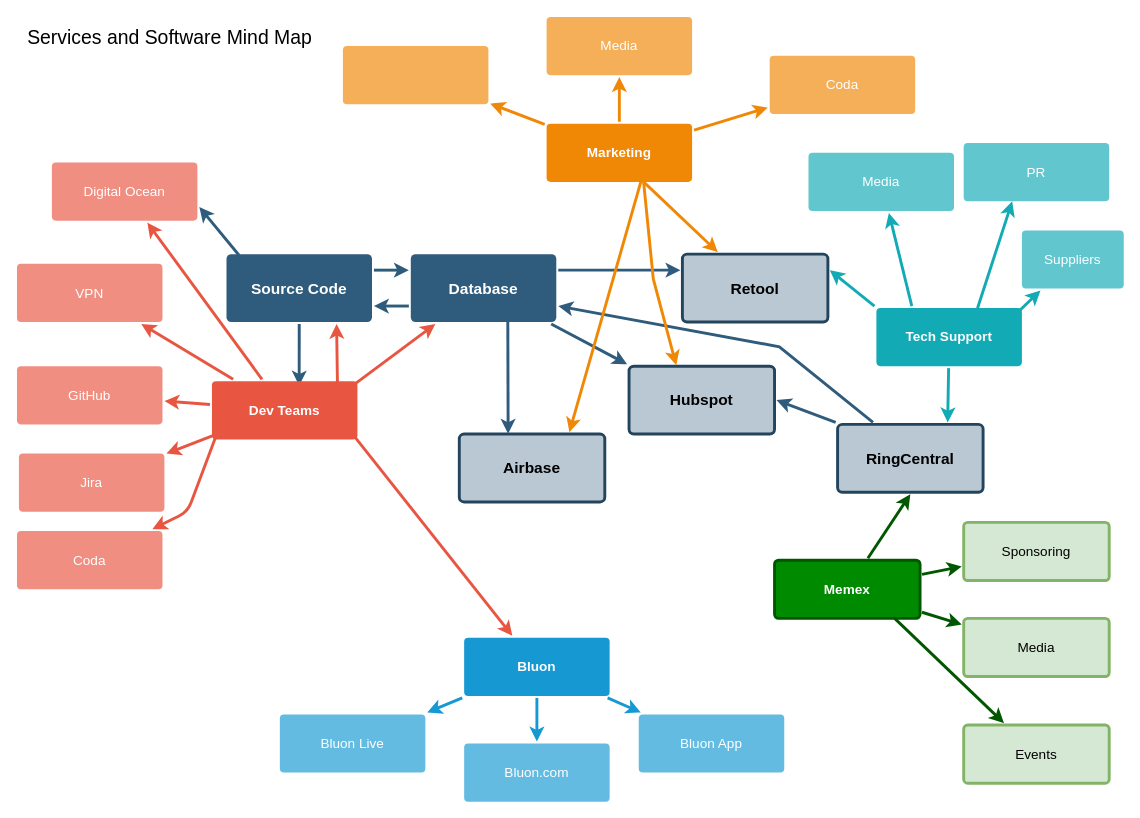
Bluon-Kyle/diagrams-drawings keeps this draw.io diagram as startingFolder-Other/team_services.drawio. Above is the earlier version. Source tidied: cells renumbered, new cells numbered last; positions are measured from the earlier drawing's top-left corner, leaving out a move shared by most shapes. Both pictures are drawn from the tidied source at 97%, with x=0, y=0 at pixel (16, 16).
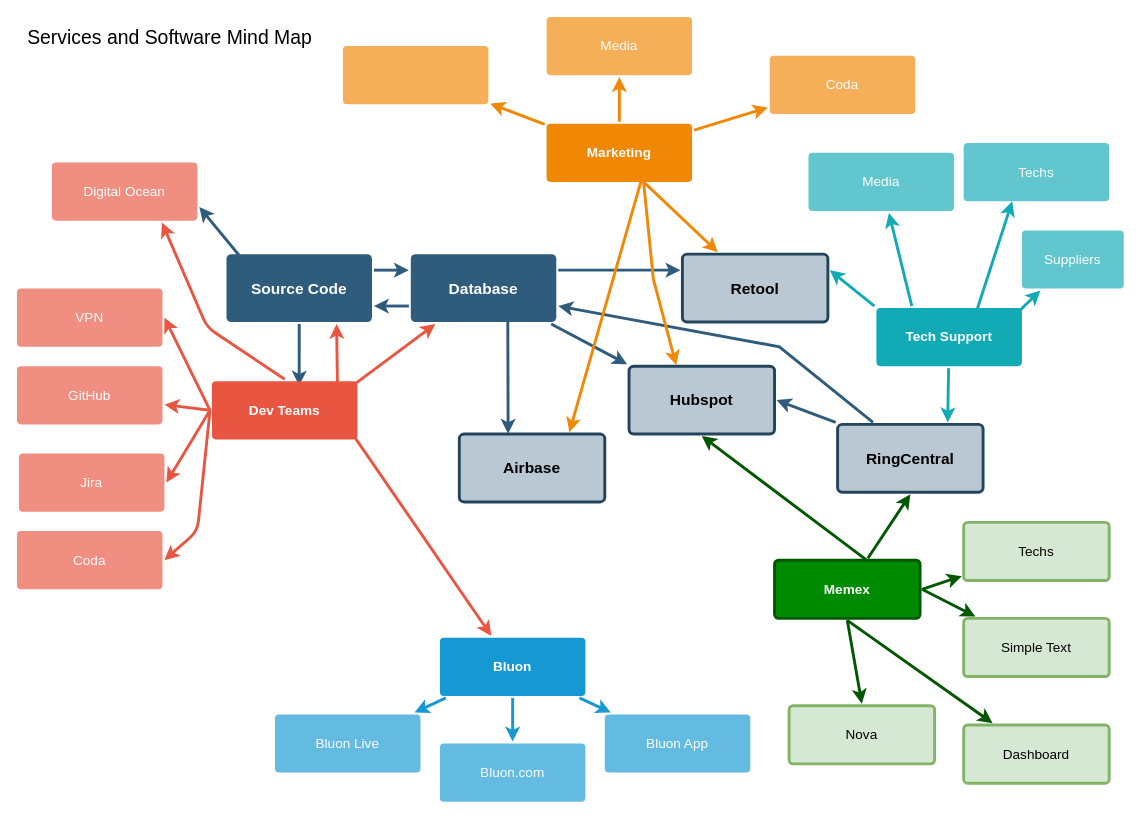
The same diagram, later.

Unchanged cells that the change refers to:
```xml
<mxCell id="8" value="Dev Teams" style="rounded=1;whiteSpace=wrap;html=1;shadow=0;labelBackgroundColor=none;strokeColor=none;strokeWidth=3;fillColor=#e85642;fontFamily=Helvetica;fontSize=14;fontColor=#FFFFFF;align=center;spacing=5;fontStyle=1;arcSize=7;perimeterSpacing=2;" parent="1" vertex="1">
  <mxGeometry x="201" y="375.5" width="150" height="60" as="geometry" />
</mxCell>
<mxCell id="9" value="GitHub" style="rounded=1;whiteSpace=wrap;html=1;shadow=0;labelBackgroundColor=none;strokeColor=none;strokeWidth=3;fillColor=#f08e81;fontFamily=Helvetica;fontSize=14;fontColor=#FFFFFF;align=center;spacing=5;fontStyle=0;arcSize=7;perimeterSpacing=2;" parent="1" vertex="1">
  <mxGeometry y="360" width="150" height="60" as="geometry" />
</mxCell>
<mxCell id="11" value="Digital Ocean" style="rounded=1;whiteSpace=wrap;html=1;shadow=0;labelBackgroundColor=none;strokeColor=none;strokeWidth=3;fillColor=#f08e81;fontFamily=Helvetica;fontSize=14;fontColor=#FFFFFF;align=center;spacing=5;fontStyle=0;arcSize=7;perimeterSpacing=2;" parent="1" vertex="1">
  <mxGeometry x="36" y="150" width="150" height="60" as="geometry" />
</mxCell>
<mxCell id="35" value="Memex" style="rounded=1;whiteSpace=wrap;html=1;shadow=0;labelBackgroundColor=none;strokeColor=#005700;strokeWidth=3;fillColor=#008a00;fontFamily=Helvetica;fontSize=14;align=center;spacing=5;fontStyle=1;arcSize=7;perimeterSpacing=2;fontColor=#ffffff;" parent="1" vertex="1">
  <mxGeometry x="781" y="560" width="150" height="60" as="geometry" />
</mxCell>
<mxCell id="42" value="Hubspot" style="rounded=1;whiteSpace=wrap;html=1;shadow=0;labelBackgroundColor=none;strokeColor=#23445d;strokeWidth=3;fillColor=#bac8d3;fontFamily=Helvetica;fontSize=16;align=center;fontStyle=1;spacing=5;arcSize=7;perimeterSpacing=2;" parent="1" vertex="1">
  <mxGeometry x="631" y="360" width="150" height="70" as="geometry" />
</mxCell>
<mxCell id="54" value="Jira" style="rounded=1;whiteSpace=wrap;html=1;shadow=0;labelBackgroundColor=none;strokeColor=none;strokeWidth=3;fillColor=#f08e81;fontFamily=Helvetica;fontSize=14;fontColor=#FFFFFF;align=center;spacing=5;fontStyle=0;arcSize=7;perimeterSpacing=2;" parent="1" vertex="1">
  <mxGeometry x="2" y="450" width="150" height="60" as="geometry" />
</mxCell>
<mxCell id="56" value="Coda" style="rounded=1;whiteSpace=wrap;html=1;shadow=0;labelBackgroundColor=none;strokeColor=none;strokeWidth=3;fillColor=#f08e81;fontFamily=Helvetica;fontSize=14;fontColor=#FFFFFF;align=center;spacing=5;fontStyle=0;arcSize=7;perimeterSpacing=2;" parent="1" vertex="1">
  <mxGeometry y="530" width="150" height="60" as="geometry" />
</mxCell>
```

What changed in the source:
```diff
@@
-    <mxCell id="5" style="edgeStyle=none;rounded=1;jumpStyle=none;html=1;shadow=0;labelBackgroundColor=none;startArrow=none;startFill=0;jettySize=auto;strokeColor=#E85642;strokeWidth=3;fontFamily=Helvetica;fontSize=14;fontColor=#FFFFFF;spacing=5;fontStyle=1;fillColor=#b0e3e6;" parent="1" edge="1" source="8" target="11">
-      <mxGeometry relative="1" as="geometry" />
+    <mxCell id="5" style="edgeStyle=none;rounded=1;jumpStyle=none;html=1;shadow=0;labelBackgroundColor=none;startArrow=none;startFill=0;jettySize=auto;strokeColor=#E85642;strokeWidth=3;fontFamily=Helvetica;fontSize=14;fontColor=#FFFFFF;spacing=5;fontStyle=1;fillColor=#b0e3e6;exitX=0.5;exitY=0;exitDx=0;exitDy=0;entryX=0.75;entryY=1;entryDx=0;entryDy=0;" parent="1" edge="1" source="8" target="11">
+      <mxGeometry relative="1" as="geometry">
+        <Array as="points">
+          <mxPoint x="196" y="320" />
+        </Array>
+      </mxGeometry>
     </mxCell>
-    <mxCell id="6" style="edgeStyle=none;rounded=1;jumpStyle=none;html=1;shadow=0;labelBackgroundColor=none;startArrow=none;startFill=0;jettySize=auto;strokeColor=#E85642;strokeWidth=3;fontFamily=Helvetica;fontSize=14;fontColor=#FFFFFF;spacing=5;fontStyle=1;fillColor=#b0e3e6;" parent="1" edge="1" source="8" target="10">
+    <mxCell id="6" style="edgeStyle=none;rounded=1;jumpStyle=none;html=1;shadow=0;labelBackgroundColor=none;startArrow=none;startFill=0;jettySize=auto;strokeColor=#E85642;strokeWidth=3;fontFamily=Helvetica;fontSize=14;fontColor=#FFFFFF;spacing=5;fontStyle=1;fillColor=#b0e3e6;entryX=1;entryY=0.5;entryDx=0;entryDy=0;exitX=0;exitY=0.5;exitDx=0;exitDy=0;" parent="1" edge="1" source="8" target="10">
       <mxGeometry relative="1" as="geometry" />
     </mxCell>
-    <mxCell id="7" style="edgeStyle=none;rounded=1;jumpStyle=none;html=1;shadow=0;labelBackgroundColor=none;startArrow=none;startFill=0;jettySize=auto;strokeColor=#E85642;strokeWidth=3;fontFamily=Helvetica;fontSize=14;fontColor=#FFFFFF;spacing=5;fontStyle=1;fillColor=#b0e3e6;" parent="1" edge="1" source="8" target="9">
+    <mxCell id="7" style="edgeStyle=none;rounded=1;jumpStyle=none;html=1;shadow=0;labelBackgroundColor=none;startArrow=none;startFill=0;jettySize=auto;strokeColor=#E85642;strokeWidth=3;fontFamily=Helvetica;fontSize=14;fontColor=#FFFFFF;spacing=5;fontStyle=1;fillColor=#b0e3e6;exitX=0;exitY=0.5;exitDx=0;exitDy=0;" parent="1" edge="1" source="8" target="9">
       <mxGeometry relative="1" as="geometry" />
     </mxCell>
@@
     <mxCell id="10" value="VPN" style="rounded=1;whiteSpace=wrap;html=1;shadow=0;labelBackgroundColor=none;strokeColor=none;strokeWidth=3;fillColor=#f08e81;fontFamily=Helvetica;fontSize=14;fontColor=#FFFFFF;align=center;spacing=5;fontStyle=0;arcSize=7;perimeterSpacing=2;" parent="1" vertex="1">
-      <mxGeometry y="254.5" width="150" height="60" as="geometry" />
+      <mxGeometry y="280" width="150" height="60" as="geometry" />
     </mxCell>
@@
     <mxCell id="15" value="Bluon" style="rounded=1;whiteSpace=wrap;html=1;shadow=0;labelBackgroundColor=none;strokeColor=none;strokeWidth=3;fillColor=#1699d3;fontFamily=Helvetica;fontSize=14;fontColor=#FFFFFF;align=center;spacing=5;fontStyle=1;arcSize=7;perimeterSpacing=2;" parent="1" vertex="1">
-      <mxGeometry x="461" y="640" width="150" height="60" as="geometry" />
+      <mxGeometry x="436" y="640" width="150" height="60" as="geometry" />
     </mxCell>
     <mxCell id="16" value="Bluon App" style="rounded=1;whiteSpace=wrap;html=1;shadow=0;labelBackgroundColor=none;strokeColor=none;strokeWidth=3;fillColor=#64bbe2;fontFamily=Helvetica;fontSize=14;fontColor=#FFFFFF;align=center;spacing=5;arcSize=7;perimeterSpacing=2;" parent="1" vertex="1">
-      <mxGeometry x="641" y="719" width="150" height="60" as="geometry" />
+      <mxGeometry x="606" y="719" width="150" height="60" as="geometry" />
     </mxCell>
     <mxCell id="17" value="Bluon.com" style="rounded=1;whiteSpace=wrap;html=1;shadow=0;labelBackgroundColor=none;strokeColor=none;strokeWidth=3;fillColor=#64bbe2;fontFamily=Helvetica;fontSize=14;fontColor=#FFFFFF;align=center;spacing=5;arcSize=7;perimeterSpacing=2;" parent="1" vertex="1">
-      <mxGeometry x="461" y="749" width="150" height="60" as="geometry" />
+      <mxGeometry x="436" y="749" width="150" height="60" as="geometry" />
     </mxCell>
     <mxCell id="18" value="Bluon Live" style="rounded=1;whiteSpace=wrap;html=1;shadow=0;labelBackgroundColor=none;strokeColor=none;strokeWidth=3;fillColor=#64bbe2;fontFamily=Helvetica;fontSize=14;fontColor=#FFFFFF;align=center;spacing=5;arcSize=7;perimeterSpacing=2;" parent="1" vertex="1">
-      <mxGeometry x="271" y="719" width="150" height="60" as="geometry" />
+      <mxGeometry x="266" y="719" width="150" height="60" as="geometry" />
     </mxCell>
@@
-    <mxCell id="31" value="PR" style="rounded=1;whiteSpace=wrap;html=1;shadow=0;labelBackgroundColor=none;strokeColor=none;strokeWidth=3;fillColor=#61c6ce;fontFamily=Helvetica;fontSize=14;fontColor=#FFFFFF;align=center;spacing=5;fontStyle=0;arcSize=7;perimeterSpacing=2;" parent="1" vertex="1">
+    <mxCell id="31" value="Techs" style="rounded=1;whiteSpace=wrap;html=1;shadow=0;labelBackgroundColor=none;strokeColor=none;strokeWidth=3;fillColor=#61c6ce;fontFamily=Helvetica;fontSize=14;fontColor=#FFFFFF;align=center;spacing=5;fontStyle=0;arcSize=7;perimeterSpacing=2;" parent="1" vertex="1">
       <mxGeometry x="976" y="130" width="150" height="60" as="geometry" />
     </mxCell>
@@
-    <mxCell id="36" value="Events" style="rounded=1;whiteSpace=wrap;html=1;shadow=0;labelBackgroundColor=none;strokeColor=#82b366;strokeWidth=3;fillColor=#d5e8d4;fontFamily=Helvetica;fontSize=14;align=center;spacing=5;fontStyle=0;arcSize=7;perimeterSpacing=2;" parent="1" vertex="1">
+    <mxCell id="36" value="Dashboard" style="rounded=1;whiteSpace=wrap;html=1;shadow=0;labelBackgroundColor=none;strokeColor=#82b366;strokeWidth=3;fillColor=#d5e8d4;fontFamily=Helvetica;fontSize=14;align=center;spacing=5;fontStyle=0;arcSize=7;perimeterSpacing=2;" parent="1" vertex="1">
       <mxGeometry x="976" y="730" width="150" height="60" as="geometry" />
     </mxCell>
-    <mxCell id="37" style="edgeStyle=none;rounded=1;jumpStyle=none;html=1;shadow=0;labelBackgroundColor=none;startArrow=none;startFill=0;jettySize=auto;strokeColor=#005700;strokeWidth=3;fontFamily=Helvetica;fontSize=14;fontColor=#FFFFFF;spacing=5;fontStyle=1;fillColor=#008a00;exitX=0.81;exitY=0.953;exitDx=0;exitDy=0;exitPerimeter=0;" parent="1" edge="1" source="35" target="36">
+    <mxCell id="37" style="edgeStyle=none;rounded=1;jumpStyle=none;html=1;shadow=0;labelBackgroundColor=none;startArrow=none;startFill=0;jettySize=auto;strokeColor=#005700;strokeWidth=3;fontFamily=Helvetica;fontSize=14;fontColor=#FFFFFF;spacing=5;fontStyle=1;fillColor=#008a00;exitX=0.5;exitY=1;exitDx=0;exitDy=0;" parent="1" edge="1" source="35" target="36">
       <mxGeometry relative="1" as="geometry" />
     </mxCell>
-    <mxCell id="38" value="Media" style="rounded=1;whiteSpace=wrap;html=1;shadow=0;labelBackgroundColor=none;strokeColor=#82b366;strokeWidth=3;fillColor=#d5e8d4;fontFamily=Helvetica;fontSize=14;align=center;spacing=5;fontStyle=0;arcSize=7;perimeterSpacing=2;" parent="1" vertex="1">
+    <mxCell id="38" value="Simple Text" style="rounded=1;whiteSpace=wrap;html=1;shadow=0;labelBackgroundColor=none;strokeColor=#82b366;strokeWidth=3;fillColor=#d5e8d4;fontFamily=Helvetica;fontSize=14;align=center;spacing=5;fontStyle=0;arcSize=7;perimeterSpacing=2;" parent="1" vertex="1">
       <mxGeometry x="976" y="620" width="150" height="60" as="geometry" />
     </mxCell>
-    <mxCell id="39" style="edgeStyle=none;rounded=1;jumpStyle=none;html=1;shadow=0;labelBackgroundColor=none;startArrow=none;startFill=0;jettySize=auto;strokeColor=#005700;strokeWidth=3;fontFamily=Helvetica;fontSize=14;fontColor=#FFFFFF;spacing=5;fontStyle=1;fillColor=#008a00;" parent="1" edge="1" source="35" target="38">
+    <mxCell id="39" style="edgeStyle=none;rounded=1;jumpStyle=none;html=1;shadow=0;labelBackgroundColor=none;startArrow=none;startFill=0;jettySize=auto;strokeColor=#005700;strokeWidth=3;fontFamily=Helvetica;fontSize=14;fontColor=#FFFFFF;spacing=5;fontStyle=1;fillColor=#008a00;exitX=1;exitY=0.5;exitDx=0;exitDy=0;" parent="1" edge="1" source="35" target="38">
       <mxGeometry relative="1" as="geometry" />
     </mxCell>
-    <mxCell id="40" value="Sponsoring" style="rounded=1;whiteSpace=wrap;html=1;shadow=0;labelBackgroundColor=none;strokeColor=#82b366;strokeWidth=3;fillColor=#d5e8d4;fontFamily=Helvetica;fontSize=14;align=center;spacing=5;fontStyle=0;arcSize=7;perimeterSpacing=2;" parent="1" vertex="1">
+    <mxCell id="40" value="Techs" style="rounded=1;whiteSpace=wrap;html=1;shadow=0;labelBackgroundColor=none;strokeColor=#82b366;strokeWidth=3;fillColor=#d5e8d4;fontFamily=Helvetica;fontSize=14;align=center;spacing=5;fontStyle=0;arcSize=7;perimeterSpacing=2;" parent="1" vertex="1">
       <mxGeometry x="976" y="521" width="150" height="60" as="geometry" />
     </mxCell>
-    <mxCell id="41" style="edgeStyle=none;rounded=1;jumpStyle=none;html=1;shadow=0;labelBackgroundColor=none;startArrow=none;startFill=0;jettySize=auto;strokeColor=#005700;strokeWidth=3;fontFamily=Helvetica;fontSize=14;fontColor=#FFFFFF;spacing=5;fontStyle=1;fillColor=#008a00;" parent="1" edge="1" source="35" target="40">
+    <mxCell id="41" style="edgeStyle=none;rounded=1;jumpStyle=none;html=1;shadow=0;labelBackgroundColor=none;startArrow=none;startFill=0;jettySize=auto;strokeColor=#005700;strokeWidth=3;fontFamily=Helvetica;fontSize=14;fontColor=#FFFFFF;spacing=5;fontStyle=1;fillColor=#008a00;exitX=1;exitY=0.5;exitDx=0;exitDy=0;" parent="1" edge="1" source="35" target="40">
       <mxGeometry relative="1" as="geometry" />
     </mxCell>
@@
-    <mxCell id="53" style="edgeStyle=none;rounded=1;jumpStyle=none;html=1;shadow=0;labelBackgroundColor=none;startArrow=none;startFill=0;jettySize=auto;strokeColor=#E85642;strokeWidth=3;fontFamily=Helvetica;fontSize=14;fontColor=#FFFFFF;spacing=5;fontStyle=1;fillColor=#b0e3e6;" parent="1" edge="1" target="54">
-      <mxGeometry relative="1" as="geometry">
-        <mxPoint x="206" y="430" as="sourcePoint" />
-      </mxGeometry>
+    <mxCell id="53" style="edgeStyle=none;rounded=1;jumpStyle=none;html=1;shadow=0;labelBackgroundColor=none;startArrow=none;startFill=0;jettySize=auto;strokeColor=#E85642;strokeWidth=3;fontFamily=Helvetica;fontSize=14;fontColor=#FFFFFF;spacing=5;fontStyle=1;fillColor=#b0e3e6;exitX=0;exitY=0.5;exitDx=0;exitDy=0;entryX=1;entryY=0.5;entryDx=0;entryDy=0;" parent="1" edge="1" source="8" target="54">
+      <mxGeometry relative="1" as="geometry" />
     </mxCell>
@@
-    <mxCell id="55" style="edgeStyle=none;rounded=1;jumpStyle=none;html=1;shadow=0;labelBackgroundColor=none;startArrow=none;startFill=0;jettySize=auto;strokeColor=#E85642;strokeWidth=3;fontFamily=Helvetica;fontSize=14;fontColor=#FFFFFF;spacing=5;fontStyle=1;fillColor=#b0e3e6;" parent="1" edge="1" target="56">
+    <mxCell id="55" style="edgeStyle=none;rounded=1;jumpStyle=none;html=1;shadow=0;labelBackgroundColor=none;startArrow=none;startFill=0;jettySize=auto;strokeColor=#E85642;strokeWidth=3;fontFamily=Helvetica;fontSize=14;fontColor=#FFFFFF;spacing=5;fontStyle=1;fillColor=#b0e3e6;exitX=0;exitY=0.5;exitDx=0;exitDy=0;entryX=1;entryY=0.5;entryDx=0;entryDy=0;" parent="1" edge="1" source="8" target="56">
       <mxGeometry relative="1" as="geometry">
-        <mxPoint x="206" y="430" as="sourcePoint" />
         <Array as="points">
-          <mxPoint x="176" y="510" />
+          <mxPoint x="186" y="530" />
         </Array>
       </mxGeometry>
     </mxCell>
@@
+    <mxCell id="66" style="edgeStyle=none;rounded=1;jumpStyle=none;html=1;shadow=0;labelBackgroundColor=none;startArrow=none;startFill=0;jettySize=auto;strokeColor=#005700;strokeWidth=3;fontFamily=Helvetica;fontSize=14;fontColor=#FFFFFF;spacing=5;fontStyle=1;fillColor=#008a00;entryX=0.5;entryY=1;entryDx=0;entryDy=0;" parent="1" edge="1" target="42">
+      <mxGeometry relative="1" as="geometry">
+        <mxPoint x="876" y="560" as="sourcePoint" />
+      </mxGeometry>
+    </mxCell>
+    <mxCell id="67" value="Nova" style="rounded=1;whiteSpace=wrap;html=1;shadow=0;labelBackgroundColor=none;strokeColor=#82b366;strokeWidth=3;fillColor=#d5e8d4;fontFamily=Helvetica;fontSize=14;align=center;spacing=5;fontStyle=0;arcSize=7;perimeterSpacing=2;" parent="1" vertex="1">
+      <mxGeometry x="796" y="710" width="150" height="60" as="geometry" />
+    </mxCell>
+    <mxCell id="68" style="edgeStyle=none;rounded=1;jumpStyle=none;html=1;shadow=0;labelBackgroundColor=none;startArrow=none;startFill=0;jettySize=auto;strokeColor=#005700;strokeWidth=3;fontFamily=Helvetica;fontSize=14;fontColor=#FFFFFF;spacing=5;fontStyle=1;fillColor=#008a00;exitX=0.5;exitY=1;exitDx=0;exitDy=0;entryX=0.5;entryY=0;entryDx=0;entryDy=0;" parent="1" edge="1" source="35" target="67">
+      <mxGeometry relative="1" as="geometry" />
+    </mxCell>
```
